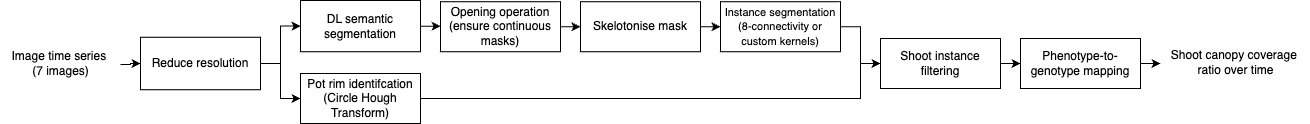
Earlier version of the draw.io export .assets/imgs/012-canopy-coverage-tracking/phenotyping-pipeline.drawio.png (a-shine/niab-automated-phenotyping). Source tidied: cells renumbered, new cells last; positions are measured from the earlier drawing's top-left corner, leaving out a move shared by most shapes.
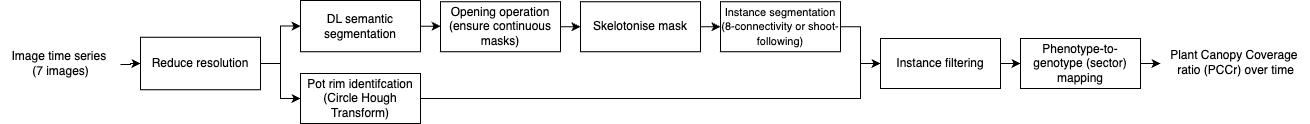
Later version of the same file.

Change to the diagram source:
```diff
@@ -56,7 +56,7 @@
     <mxCell id="12" value="Pot rim identifcation (Circle Hough Transform)" style="whiteSpace=wrap;html=1;" parent="1" vertex="1">
       <mxGeometry x="300" y="73" width="120" height="50" as="geometry" />
     </mxCell>
-    <mxCell id="13" value="&lt;div&gt;Shoot canopy coverage&amp;nbsp;&lt;/div&gt;&lt;div&gt;ratio&amp;nbsp;&lt;span style=&quot;background-color: initial;&quot;&gt;over time&lt;/span&gt;&lt;/div&gt;" style="text;html=1;align=center;verticalAlign=middle;strokeColor=none;fillColor=none;" parent="1" vertex="1">
+    <mxCell id="13" value="&lt;div&gt;Plant Canopy Coverage&amp;nbsp;&lt;/div&gt;&lt;div&gt;ratio (PCCr) over time&lt;/div&gt;" style="text;html=1;align=center;verticalAlign=middle;strokeColor=none;fillColor=none;" parent="1" vertex="1">
       <mxGeometry x="1160" y="41.8" width="150" height="40" as="geometry" />
     </mxCell>
     <mxCell id="14" style="edgeStyle=orthogonalEdgeStyle;rounded=0;jettySize=auto;html=1;entryX=0;entryY=0.5;entryDx=0;entryDy=0;" parent="1" edge="1" source="15">
@@ -64,7 +64,7 @@
         <mxPoint x="1160" y="61.8" as="targetPoint" />
       </mxGeometry>
     </mxCell>
-    <mxCell id="15" value="Phenotype-to-genotype mapping" style="whiteSpace=wrap;html=1;" parent="1" vertex="1">
+    <mxCell id="15" value="Phenotype-to-genotype (sector) mapping" style="whiteSpace=wrap;html=1;" parent="1" vertex="1">
       <mxGeometry x="1020" y="38" width="120" height="50" as="geometry" />
     </mxCell>
     <mxCell id="16" style="edgeStyle=orthogonalEdgeStyle;rounded=0;jettySize=auto;html=1;" parent="1" edge="1" source="17" target="19">
@@ -76,13 +76,13 @@
     <mxCell id="18" style="edgeStyle=orthogonalEdgeStyle;rounded=0;jettySize=auto;html=1;exitX=1;exitY=0.5;exitDx=0;exitDy=0;entryX=0;entryY=0.5;entryDx=0;entryDy=0;" parent="1" edge="1" source="19" target="21">
       <mxGeometry relative="1" as="geometry" />
     </mxCell>
-    <mxCell id="19" value="&lt;font style=&quot;font-size: 11px;&quot;&gt;Instance segmentation (8-connectivity or custom kernels)&lt;/font&gt;" style="whiteSpace=wrap;html=1;" parent="1" vertex="1">
+    <mxCell id="19" value="&lt;font style=&quot;font-size: 11px;&quot;&gt;Instance segmentation (8-connectivity or shoot-following)&lt;/font&gt;" style="whiteSpace=wrap;html=1;" parent="1" vertex="1">
       <mxGeometry x="720" y="1.2" width="120" height="50" as="geometry" />
     </mxCell>
     <mxCell id="20" style="edgeStyle=orthogonalEdgeStyle;rounded=0;jettySize=auto;html=1;" parent="1" edge="1" source="21" target="15">
       <mxGeometry relative="1" as="geometry" />
     </mxCell>
-    <mxCell id="21" value="Shoot instance filtering" style="whiteSpace=wrap;html=1;" parent="1" vertex="1">
+    <mxCell id="21" value="Instance filtering" style="whiteSpace=wrap;html=1;" parent="1" vertex="1">
       <mxGeometry x="880" y="38" width="120" height="50" as="geometry" />
     </mxCell>
   </root>
```
